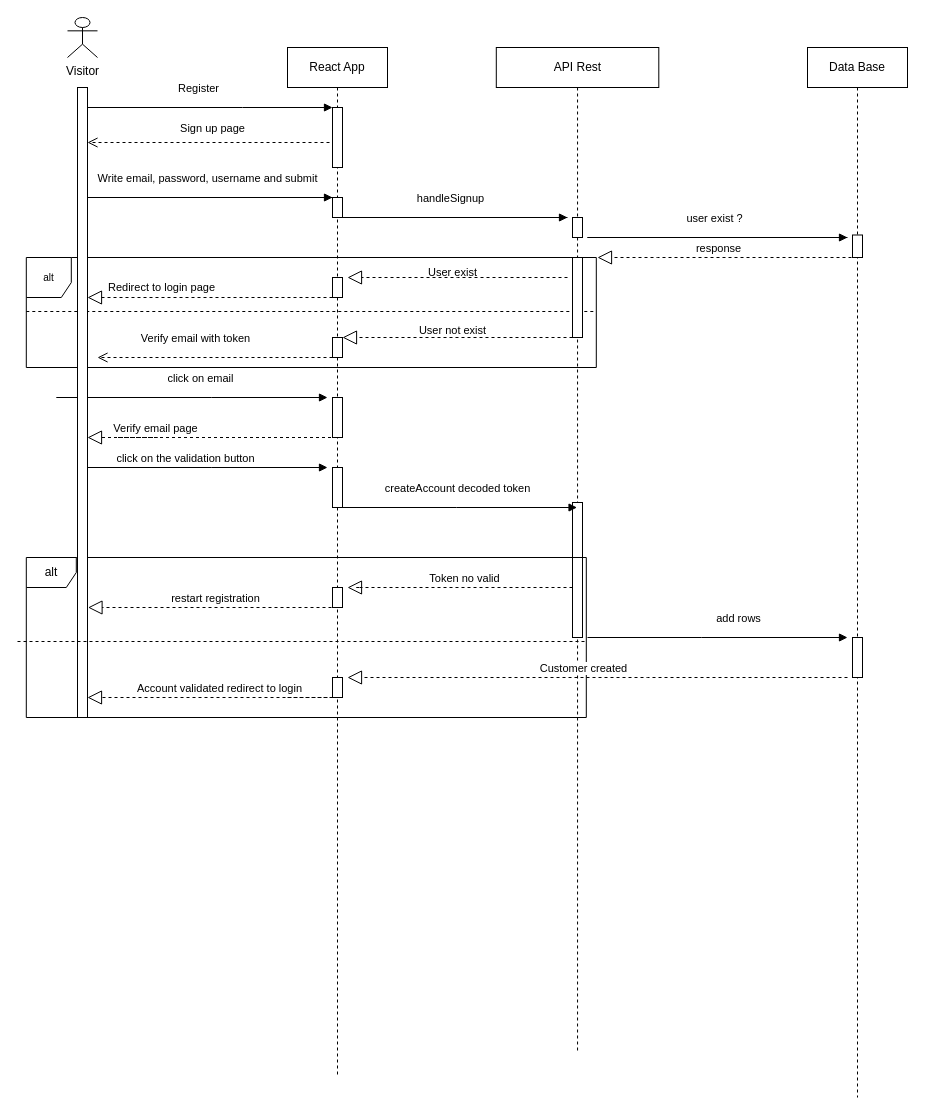
Sebastienprt/Cinemania keeps this draw.io diagram as Diagramme sans nom.drawio. Above is the earlier version. Source tidied: cells renumbered, new cells numbered last; positions are measured from the earlier drawing's top-left corner, leaving out a move shared by most shapes. Both pictures are drawn from the tidied source at 100%, with x=0, y=0 at pixel (17, 17).
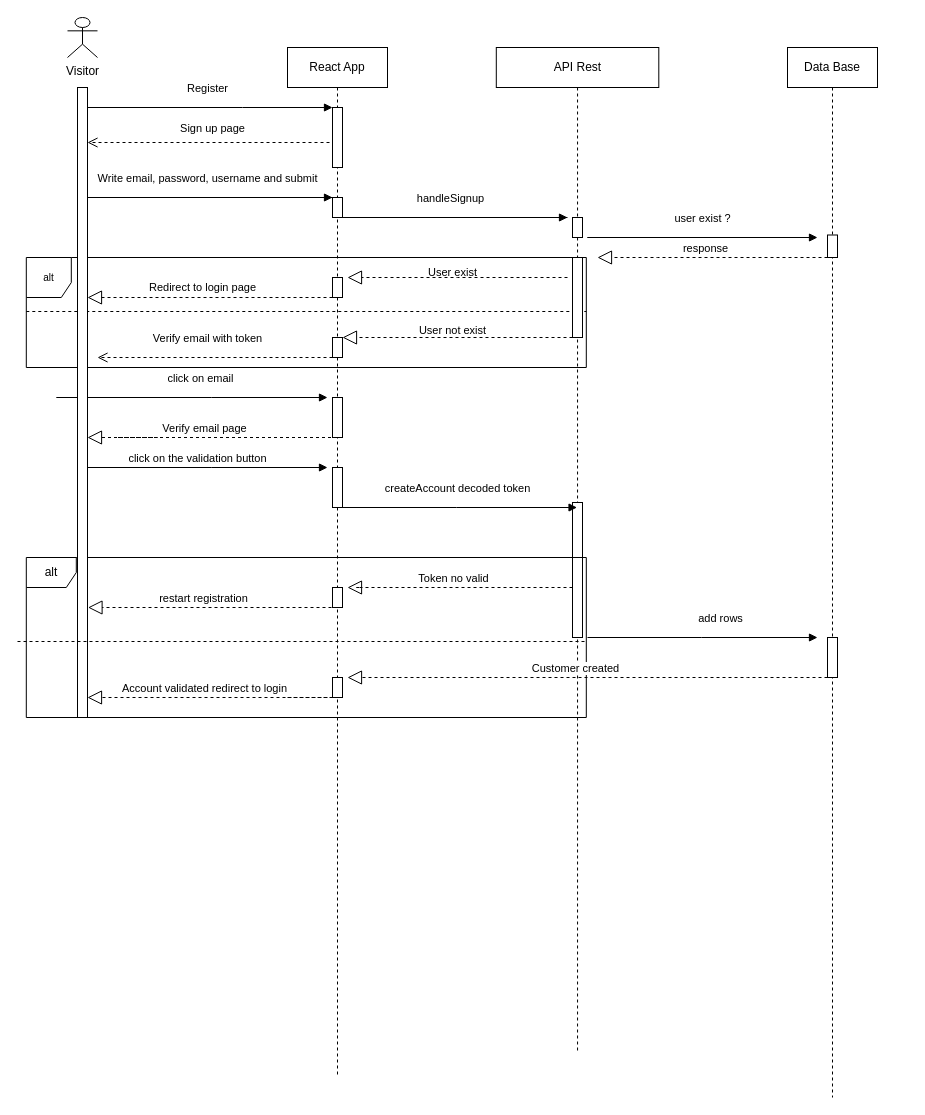
The same diagram, later.

Commit message (it also covers changes not shown here):
Mettre à jour Diagramme sans nom.drawio

Unchanged cells that the change refers to:
```xml
<mxCell id="3" style="html=1;points=[];perimeter=orthogonalPerimeter;outlineConnect=0;targetShapes=umlLifeline;portConstraint=eastwest;newEdgeStyle={&quot;edgeStyle&quot;:&quot;elbowEdgeStyle&quot;,&quot;elbow&quot;:&quot;vertical&quot;,&quot;curved&quot;:0,&quot;rounded&quot;:0};" parent="2" vertex="1">
  <mxGeometry x="45" y="60" width="10" height="60" as="geometry" />
</mxCell>
<mxCell id="11" style="html=1;points=[];perimeter=orthogonalPerimeter;outlineConnect=0;targetShapes=umlLifeline;portConstraint=eastwest;newEdgeStyle={&quot;edgeStyle&quot;:&quot;elbowEdgeStyle&quot;,&quot;elbow&quot;:&quot;vertical&quot;,&quot;curved&quot;:0,&quot;rounded&quot;:0};" parent="2" vertex="1">
  <mxGeometry x="45" y="290" width="10" height="20" as="geometry" />
</mxCell>
<mxCell id="12" value="API Rest" style="shape=umlLifeline;perimeter=lifelinePerimeter;whiteSpace=wrap;html=1;outlineConnect=0;portConstraint=eastwest;newEdgeStyle={&quot;edgeStyle&quot;:&quot;elbowEdgeStyle&quot;,&quot;elbow&quot;:&quot;vertical&quot;,&quot;curved&quot;:0,&quot;rounded&quot;:0};" parent="1" vertex="1">
  <mxGeometry x="478.8" y="30" width="162.5" height="1005" as="geometry" />
</mxCell>
<mxCell id="21" style="endArrow=block;dashed=1;endFill=0;endSize=12;html=1;rounded=0;" parent="12" edge="1" source="13">
  <mxGeometry relative="1" as="geometry">
    <mxPoint x="-148.8" y="540" as="targetPoint" />
    <Array as="points">
      <mxPoint x="-140" y="540" />
    </Array>
  </mxGeometry>
</mxCell>
<mxCell id="33" style="html=1;points=[];perimeter=orthogonalPerimeter;outlineConnect=0;targetShapes=umlLifeline;portConstraint=eastwest;newEdgeStyle={&quot;edgeStyle&quot;:&quot;elbowEdgeStyle&quot;,&quot;elbow&quot;:&quot;vertical&quot;,&quot;curved&quot;:0,&quot;rounded&quot;:0};" parent="1" vertex="1">
  <mxGeometry x="60" y="70" width="10" height="630" as="geometry" />
</mxCell>
<mxCell id="44" style="endArrow=block;dashed=1;endFill=0;endSize=12;html=1;rounded=0;" parent="1" edge="1" source="2" target="33">
  <mxGeometry relative="1" as="geometry">
    <Array as="points">
      <mxPoint x="220" y="420" />
      <mxPoint x="100" y="420" />
      <mxPoint x="140" y="420" />
    </Array>
  </mxGeometry>
</mxCell>
<mxCell id="47" style="endArrow=block;dashed=1;endFill=0;endSize=12;html=1;rounded=0;" parent="1" edge="1">
  <mxGeometry relative="1" as="geometry">
    <mxPoint x="320" y="590" as="sourcePoint" />
    <mxPoint x="70.5" y="590" as="targetPoint" />
    <Array as="points">
      <mxPoint x="270.5" y="590" />
      <mxPoint x="200.5" y="590" />
      <mxPoint x="120.5" y="590" />
    </Array>
  </mxGeometry>
</mxCell>
<mxCell id="50" style="endArrow=block;dashed=1;endFill=0;endSize=12;html=1;rounded=0;" parent="1" edge="1">
  <mxGeometry relative="1" as="geometry">
    <mxPoint x="270" y="680" as="sourcePoint" />
    <mxPoint x="70" y="680" as="targetPoint" />
    <Array as="points">
      <mxPoint x="320" y="680" />
    </Array>
  </mxGeometry>
</mxCell>
```

The edit, as a diff of the source:
```diff
@@
     <mxCell id="14" value="&lt;font style=&quot;font-size: 10px;&quot;&gt;alt&lt;/font&gt;" style="shape=umlFrame;whiteSpace=wrap;html=1;width=45;height=40;" parent="12" vertex="1">
-      <mxGeometry x="-470" y="210" width="570" height="110" as="geometry" />
+      <mxGeometry x="-470" y="210" width="560" height="110" as="geometry" />
     </mxCell>
     <mxCell id="15" value="Verify email with token" style="html=1;verticalAlign=bottom;endArrow=open;dashed=1;endSize=8;edgeStyle=elbowEdgeStyle;elbow=vertical;curved=0;rounded=0;" parent="12" edge="1" source="11">
-      <mxGeometry x="0.17" y="-10" relative="1" as="geometry">
+      <mxGeometry x="0.06" y="-10" relative="1" as="geometry">
         <mxPoint x="-398.8" y="310" as="targetPoint" />
         <Array as="points">
           <mxPoint x="-209" y="310" />
           <mxPoint x="-109" y="300" />
           <mxPoint x="-110" y="270" />
           <mxPoint x="-210" y="290" />
           <mxPoint x="-120" y="260" />
         </Array>
       </mxGeometry>
     </mxCell>
     <mxCell id="16" style="line;strokeWidth=1;fillColor=none;align=left;verticalAlign=middle;spacingTop=-1;spacingLeft=3;spacingRight=3;labelPosition=right;strokeColor=inherit;dashed=1;" parent="12" vertex="1">
-      <mxGeometry x="-470" y="260" width="570" height="8" as="geometry" />
+      <mxGeometry x="-470" y="260" width="560" height="8" as="geometry" />
     </mxCell>
-    <mxCell id="17" value="&lt;span style=&quot;font-size: 11px;&quot;&gt;Redirect to login page&lt;/span&gt;" style="text;html=1;align=center;verticalAlign=middle;strokeColor=none;fillColor=none;" parent="12" vertex="1">
-      <mxGeometry x="-400" y="225" width="130" height="30" as="geometry" />
-    </mxCell>
@@
     <mxCell id="19" value="add rows" style="html=1;verticalAlign=bottom;endArrow=block;edgeStyle=elbowEdgeStyle;elbow=vertical;curved=0;rounded=0;" parent="12" edge="1">
       <mxGeometry x="0.16" y="10" relative="1" as="geometry">
         <mxPoint x="91.2" y="590" as="sourcePoint" />
-        <mxPoint x="351.2" y="590" as="targetPoint" />
+        <mxPoint x="321.2" y="590" as="targetPoint" />
         <Array as="points">
           <mxPoint x="205" y="590" />
           <mxPoint x="245" y="560" />
         </Array>
       </mxGeometry>
     </mxCell>
@@
     <mxCell id="22" value="Token no valid" style="edgeLabel;html=1;align=center;verticalAlign=middle;" parent="21" vertex="1">
       <mxGeometry x="0.13" y="-3" relative="1" as="geometry">
-        <mxPoint x="18" y="-7" as="offset" />
+        <mxPoint x="7" y="-7" as="offset" />
       </mxGeometry>
     </mxCell>
-    <mxCell id="23" style="endArrow=block;dashed=1;endFill=0;endSize=12;html=1;rounded=0;" parent="12" edge="1">
+    <mxCell id="23" style="endArrow=block;dashed=1;endFill=0;endSize=12;html=1;rounded=0;" parent="12" edge="1" source="28">
       <mxGeometry relative="1" as="geometry">
-        <mxPoint x="351.2" y="630" as="sourcePoint" />
         <mxPoint x="-148.8" y="630" as="targetPoint" />
         <Array as="points">
           <mxPoint x="251.2" y="630" />
           <mxPoint x="151.2" y="630" />
         </Array>
       </mxGeometry>
     </mxCell>
@@
     <mxCell id="26" value="Data Base" style="shape=umlLifeline;perimeter=lifelinePerimeter;whiteSpace=wrap;html=1;newEdgeStyle={&quot;edgeStyle&quot;:&quot;elbowEdgeStyle&quot;,&quot;elbow&quot;:&quot;vertical&quot;,&quot;curved&quot;:0,&quot;rounded&quot;:0};" parent="1" vertex="1">
-      <mxGeometry x="790" y="30" width="100" height="1050" as="geometry" />
+      <mxGeometry x="770" y="30" width="90" height="1050" as="geometry" />
     </mxCell>
     <mxCell id="27" style="html=1;perimeter=orthogonalPerimeter;targetShapes=umlLifeline;newEdgeStyle={&quot;edgeStyle&quot;:&quot;elbowEdgeStyle&quot;,&quot;elbow&quot;:&quot;vertical&quot;,&quot;curved&quot;:0,&quot;rounded&quot;:0};" parent="26" vertex="1">
-      <mxGeometry x="45" y="187.5" width="10" height="22.5" as="geometry" />
+      <mxGeometry x="40" y="187.5" width="10" height="22.5" as="geometry" />
     </mxCell>
     <mxCell id="28" style="html=1;points=[];perimeter=orthogonalPerimeter;outlineConnect=0;targetShapes=umlLifeline;portConstraint=eastwest;newEdgeStyle={&quot;edgeStyle&quot;:&quot;elbowEdgeStyle&quot;,&quot;elbow&quot;:&quot;vertical&quot;,&quot;curved&quot;:0,&quot;rounded&quot;:0};" parent="26" vertex="1">
-      <mxGeometry x="45" y="590" width="10" height="40" as="geometry" />
+      <mxGeometry x="40" y="590" width="10" height="40" as="geometry" />
     </mxCell>
     <mxCell id="29" value="Register" style="html=1;verticalAlign=bottom;endArrow=block;edgeStyle=elbowEdgeStyle;elbow=vertical;curved=0;rounded=0;" parent="1" edge="1" source="33" target="3">
-      <mxGeometry x="-0.09" y="10" relative="1" as="geometry">
+      <mxGeometry x="-0.02" y="10" relative="1" as="geometry">
         <Array as="points">
           <mxPoint x="225" y="90" />
           <mxPoint x="265" y="60" />
         </Array>
       </mxGeometry>
     </mxCell>
@@
     <mxCell id="35" value="user exist ?" style="html=1;verticalAlign=bottom;endArrow=block;edgeStyle=elbowEdgeStyle;elbow=vertical;curved=0;rounded=0;" parent="1" edge="1">
       <mxGeometry x="0.49" y="10" relative="1" as="geometry">
-        <mxPoint x="830" y="220" as="sourcePoint" />
-        <mxPoint x="830" y="220" as="targetPoint" />
+        <mxPoint x="790" y="220" as="sourcePoint" />
+        <mxPoint x="800" y="220" as="targetPoint" />
         <Array as="points">
           <mxPoint x="570" y="220" />
           <mxPoint x="760" y="190" />
           <mxPoint x="700" y="240" />
           <mxPoint x="730" y="240" />
           <mxPoint x="690" y="240" />
           <mxPoint x="430" y="264" />
           <mxPoint x="610" y="240" />
           <mxPoint x="700" y="240" />
         </Array>
       </mxGeometry>
     </mxCell>
@@
     <mxCell id="38" style="endArrow=block;dashed=1;endFill=0;endSize=12;html=1;rounded=0;" parent="1" edge="1">
       <mxGeometry relative="1" as="geometry">
-        <mxPoint x="840" y="240" as="sourcePoint" />
+        <mxPoint x="810" y="240" as="sourcePoint" />
         <mxPoint x="580" y="240" as="targetPoint" />
         <Array as="points">
           <mxPoint x="740" y="240" />
           <mxPoint x="640" y="240" />
         </Array>
       </mxGeometry>
     </mxCell>
@@
     <mxCell id="43" value="click on the validation button&lt;br&gt;" style="html=1;verticalAlign=bottom;endArrow=block;edgeStyle=elbowEdgeStyle;elbow=vertical;curved=0;rounded=0;" parent="1" edge="1" source="33">
-      <mxGeometry x="-0.18" relative="1" as="geometry">
+      <mxGeometry x="-0.08" relative="1" as="geometry">
         <mxPoint x="310" y="450" as="targetPoint" />
         <Array as="points">
           <mxPoint x="193.8" y="450" />
           <mxPoint x="233.8" y="420" />
         </Array>
       </mxGeometry>
     </mxCell>
@@
     <mxCell id="45" value="Verify email page" style="edgeLabel;html=1;align=center;verticalAlign=middle;" parent="44" vertex="1">
       <mxGeometry x="0.13" relative="1" as="geometry">
-        <mxPoint x="4" y="-10" as="offset" />
+        <mxPoint x="53" y="-10" as="offset" />
       </mxGeometry>
     </mxCell>
@@
     <mxCell id="48" value="restart registration&lt;br&gt;" style="edgeLabel;html=1;align=center;verticalAlign=middle;" parent="47" vertex="1">
       <mxGeometry x="0.13" y="-3" relative="1" as="geometry">
-        <mxPoint x="18" y="-7" as="offset" />
+        <mxPoint x="6" y="-7" as="offset" />
       </mxGeometry>
     </mxCell>
@@
     <mxCell id="51" value="Account validated redirect to login" style="edgeLabel;html=1;align=center;verticalAlign=middle;" parent="50" vertex="1">
       <mxGeometry x="0.13" y="-3" relative="1" as="geometry">
-        <mxPoint y="-7" as="offset" />
+        <mxPoint x="-15" y="-7" as="offset" />
       </mxGeometry>
     </mxCell>
+    <mxCell id="17" value="&lt;span style=&quot;font-size: 11px;&quot;&gt;Redirect to login page&lt;/span&gt;" style="text;html=1;align=center;verticalAlign=middle;strokeColor=none;fillColor=none;" parent="1" vertex="1">
+      <mxGeometry x="120" y="255" width="130" height="30" as="geometry" />
+    </mxCell>
```
